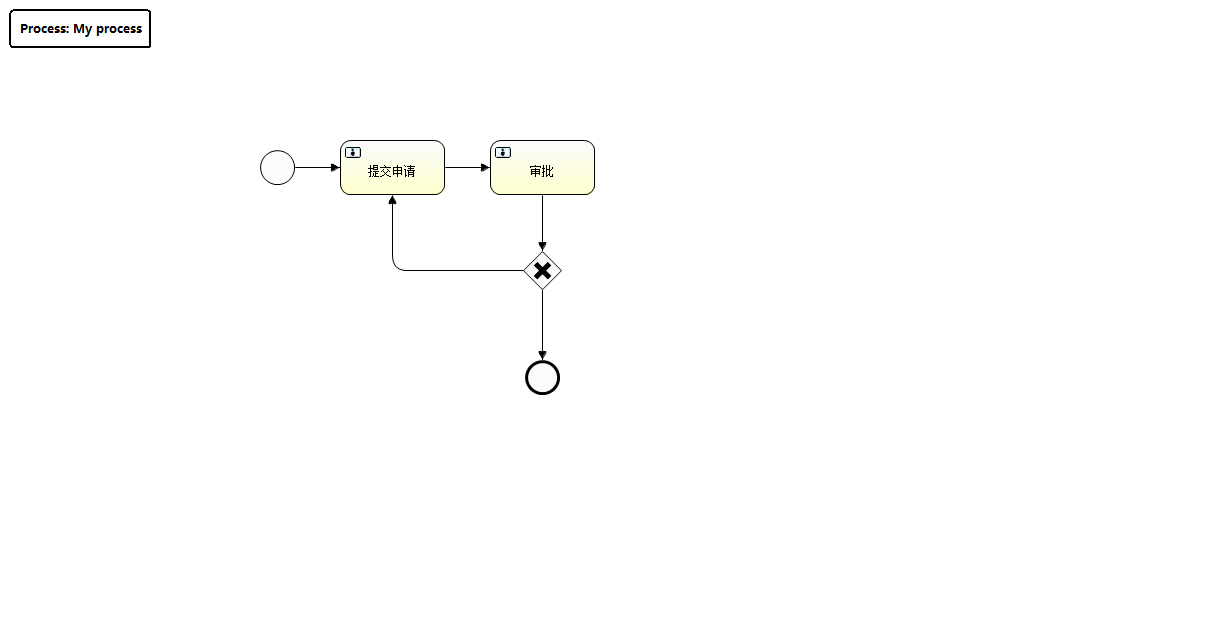
Above: src/main/resources/processes/MyProcess.png in 92wangzq/weiwen (BPMN), before the change. Its source is kept beside it as src/main/resources/processes/MyProcess.bpmn. Ids are renumbered.
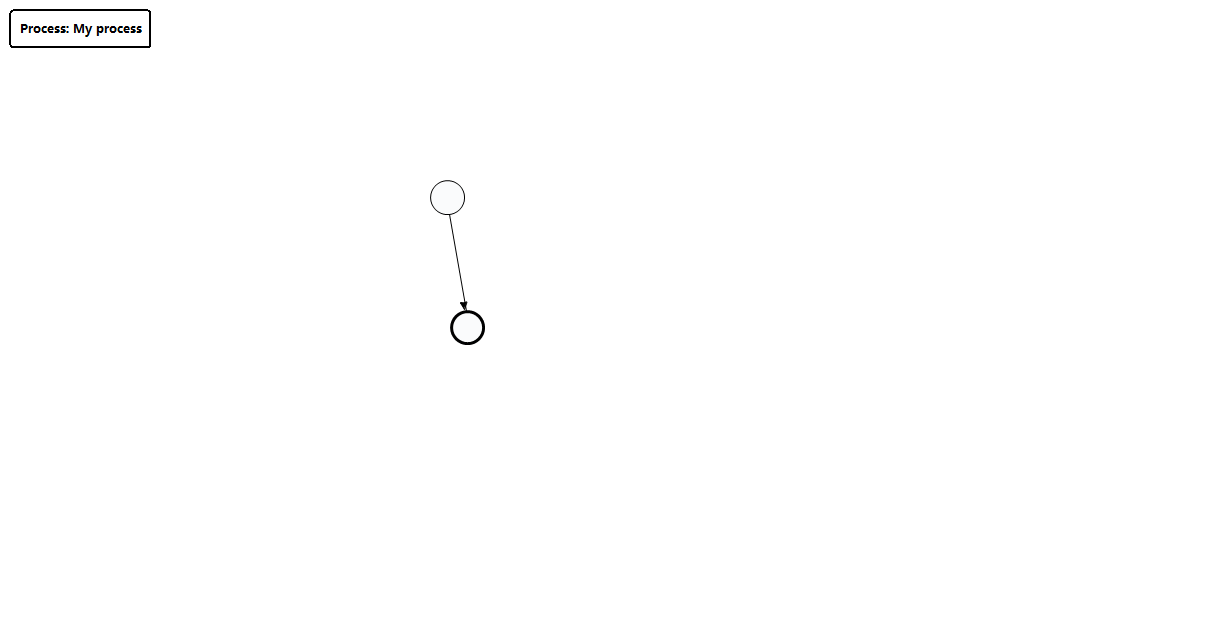
Above is the later version.

Diff of the diagram source:
```diff
@@ -1,40 +1,20 @@
 <definitions xmlns="http://www.omg.org/spec/BPMN/20100524/MODEL" xmlns:xsi="http://www.w3.org/2001/XMLSchema-instance" xmlns:xsd="http://www.w3.org/2001/XMLSchema" xmlns:activiti="http://activiti.org/bpmn" xmlns:bpmndi="http://www.omg.org/spec/BPMN/20100524/DI" xmlns:omgdc="http://www.omg.org/spec/DD/20100524/DC" xmlns:omgdi="http://www.omg.org/spec/DD/20100524/DI" typeLanguage="http://www.w3.org/2001/XMLSchema" expressionLanguage="http://www.w3.org/1999/XPath" targetNamespace="http://www.activiti.org/test">
   <process id="myProcess" name="My process" isExecutable="true">
     <startEvent id="startevent1" name="Start"></startEvent>
-    <userTask id="usertask1" name="提交申请"></userTask>
-    <sequenceFlow id="flow1" sourceRef="startevent1" targetRef="提交申请"></sequenceFlow>
-    <userTask id="usertask2" name="审批"></userTask>
-    <sequenceFlow id="flow2" sourceRef="提交申请" targetRef="usertask2"></sequenceFlow>
-    <exclusiveGateway id="exclusivegateway1" name="Exclusive Gateway"></exclusiveGateway>
-    <sequenceFlow id="flow3" sourceRef="usertask2" targetRef="exclusivegateway1"></sequenceFlow>
     <endEvent id="endevent1" name="End"></endEvent>
-    <sequenceFlow id="flow4" sourceRef="exclusivegateway1" targetRef="endevent1"></sequenceFlow>
-    <sequenceFlow id="flow5" sourceRef="exclusivegateway1" targetRef="提交申请"></sequenceFlow>
+    <sequenceFlow id="flow1" sourceRef="startevent1" targetRef="endevent1"></sequenceFlow>
   </process>
   <bpmndi:BPMNDiagram id="BPMNDiagram_myProcess">
     <bpmndi:BPMNPlane bpmnElement="myProcess" id="BPMNPlane_myProcess">
       <bpmndi:BPMNShape bpmnElement="startevent1" id="BPMNShape_startevent1">
-        <omgdc:Bounds height="35.0" width="35.0" x="260.0" y="150.0"></omgdc:Bounds>
-      </bpmndi:BPMNShape>
-      <bpmndi:BPMNShape bpmnElement="usertask1" id="BPMNShape_usertask1">
-        <omgdc:Bounds height="55.0" width="105.0" x="340.0" y="140.0"></omgdc:Bounds>
-      </bpmndi:BPMNShape>
-      <bpmndi:BPMNShape bpmnElement="usertask2" id="BPMNShape_usertask2">
-        <omgdc:Bounds height="55.0" width="105.0" x="490.0" y="140.0"></omgdc:Bounds>
-      </bpmndi:BPMNShape>
-      <bpmndi:BPMNShape bpmnElement="exclusivegateway1" id="BPMNShape_exclusivegateway1">
-        <omgdc:Bounds height="40.0" width="40.0" x="522.0" y="250.0"></omgdc:Bounds>
+        <omgdc:Bounds height="35.0" width="35.0" x="430.0" y="180.0"></omgdc:Bounds>
       </bpmndi:BPMNShape>
       <bpmndi:BPMNShape bpmnElement="endevent1" id="BPMNShape_endevent1">
-        <omgdc:Bounds height="35.0" width="35.0" x="525.0" y="360.0"></omgdc:Bounds>
+        <omgdc:Bounds height="35.0" width="35.0" x="450.0" y="310.0"></omgdc:Bounds>
       </bpmndi:BPMNShape>
-      <bpmndi:BPMNEdge bpmnElement="flow3" id="BPMNEdge_flow3">
-        <omgdi:waypoint x="542.0" y="195.0"></omgdi:waypoint>
-        <omgdi:waypoint x="542.0" y="250.0"></omgdi:waypoint>
-      </bpmndi:BPMNEdge>
-      <bpmndi:BPMNEdge bpmnElement="flow4" id="BPMNEdge_flow4">
-        <omgdi:waypoint x="542.0" y="290.0"></omgdi:waypoint>
-        <omgdi:waypoint x="542.0" y="360.0"></omgdi:waypoint>
+      <bpmndi:BPMNEdge bpmnElement="flow1" id="BPMNEdge_flow1">
+        <omgdi:waypoint x="447.0" y="215.0"></omgdi:waypoint>
+        <omgdi:waypoint x="467.0" y="310.0"></omgdi:waypoint>
       </bpmndi:BPMNEdge>
     </bpmndi:BPMNPlane>
   </bpmndi:BPMNDiagram>
```
